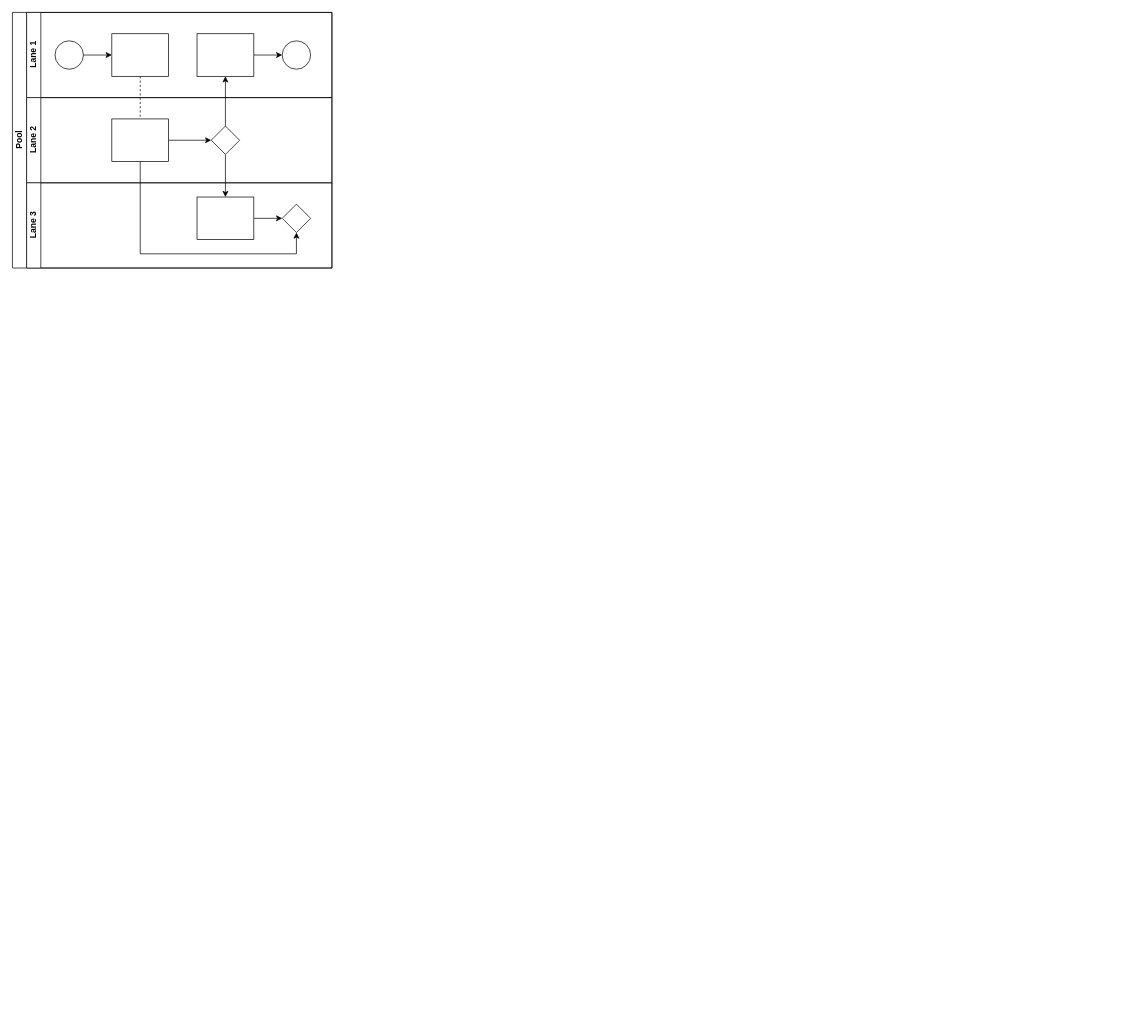
The draw.io diagram SDLDL.drawio in nhatthienntu98ntu/database, before the edit. Source tidied: cells renumbered, new cells numbered last; positions are measured from the earlier drawing's top-left corner, leaving out a move shared by most shapes. Both pictures are drawn from the tidied source at 71%, with x=0, y=0 at pixel (12, 12).
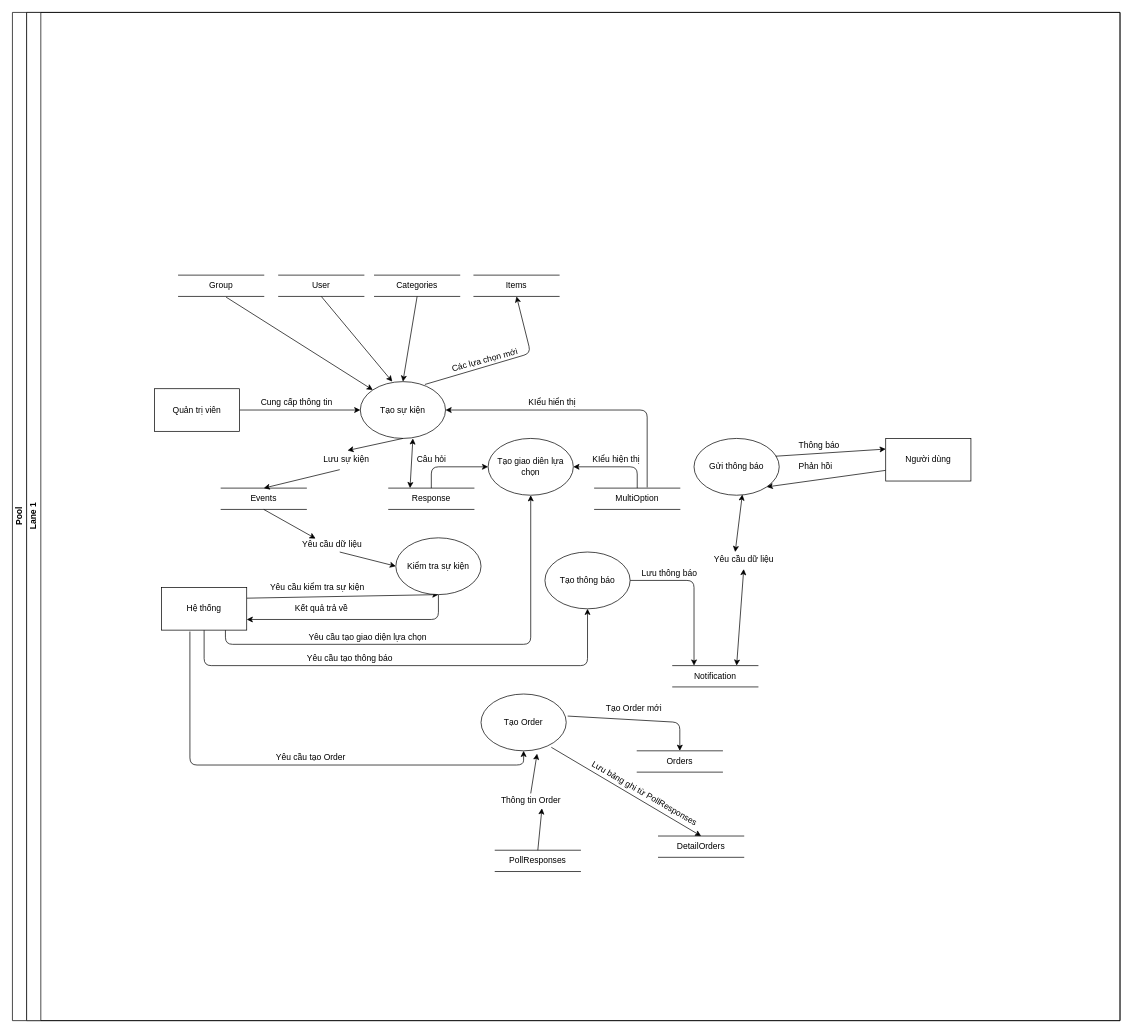
After the change.

What changed in the source:
```diff
@@
+    <mxCell id="22" value="KIểu hiện thị" style="text;html=1;align=center;verticalAlign=middle;" parent="1" vertex="1">
+      <mxGeometry x="810" y="620" width="80" height="20" as="geometry" />
+    </mxCell>
     <mxCell id="2" value="Pool" style="swimlane;html=1;horizontal=0;startSize=20;" parent="1" vertex="1">
-      <mxGeometry width="450" height="360" as="geometry" />
+      <mxGeometry width="1560" height="1420" as="geometry" />
     </mxCell>
-    <mxCell id="3" style="edgeStyle=orthogonalEdgeStyle;rounded=0;jettySize=auto;html=1;dashed=1;endArrow=none;endFill=0;" parent="2" edge="1" source="10" target="16">
-      <mxGeometry relative="1" as="geometry" />
-    </mxCell>
-    <mxCell id="4" style="edgeStyle=orthogonalEdgeStyle;rounded=0;jettySize=auto;html=1;endArrow=classic;endFill=1;" parent="2" edge="1" source="17" target="12">
-      <mxGeometry relative="1" as="geometry" />
-    </mxCell>
-    <mxCell id="5" style="edgeStyle=orthogonalEdgeStyle;rounded=0;jettySize=auto;html=1;endArrow=classic;endFill=1;" parent="2" edge="1" source="17" target="20">
-      <mxGeometry relative="1" as="geometry" />
-    </mxCell>
-    <mxCell id="6" style="edgeStyle=orthogonalEdgeStyle;rounded=0;jettySize=auto;html=1;endArrow=classic;endFill=1;" parent="2" edge="1" source="16" target="21">
-      <mxGeometry relative="1" as="geometry">
-        <Array as="points">
-          <mxPoint x="180" y="340" />
-          <mxPoint x="400" y="340" />
-        </Array>
-      </mxGeometry>
-    </mxCell>
     <mxCell id="7" value="Lane 1" style="swimlane;html=1;startSize=20;horizontal=0;" parent="2" vertex="1">
-      <mxGeometry x="20" width="430" height="120" as="geometry" />
+      <mxGeometry x="20" width="1540" height="1420" as="geometry" />
     </mxCell>
-    <mxCell id="8" style="edgeStyle=orthogonalEdgeStyle;rounded=0;jettySize=auto;html=1;" parent="7" edge="1" source="9" target="10">
-      <mxGeometry relative="1" as="geometry" />
-    </mxCell>
-    <mxCell id="9" style="ellipse;whiteSpace=wrap;html=1;" parent="7" vertex="1">
-      <mxGeometry x="40" y="40" width="40" height="40" as="geometry" />
-    </mxCell>
+    <mxCell id="23" value="Items" style="shape=partialRectangle;whiteSpace=wrap;html=1;left=0;right=0;fillColor=none;" parent="7" vertex="1">
+      <mxGeometry x="630" y="370" width="120" height="30" as="geometry" />
+    </mxCell>
+    <mxCell id="24" value="Group" style="shape=partialRectangle;whiteSpace=wrap;html=1;left=0;right=0;fillColor=none;" parent="7" vertex="1">
+      <mxGeometry x="214" y="370" width="120" height="30" as="geometry" />
+    </mxCell>
+    <mxCell id="25" value="User" style="shape=partialRectangle;whiteSpace=wrap;html=1;left=0;right=0;fillColor=none;" parent="7" vertex="1">
+      <mxGeometry x="355" y="370" width="120" height="30" as="geometry" />
+    </mxCell>
+    <mxCell id="26" style="endArrow=classic;html=1;exitX=1;exitY=0.5;exitDx=0;exitDy=0;entryX=0;entryY=0.5;entryDx=0;entryDy=0;" parent="7" edge="1" source="10" target="31">
+      <mxGeometry relative="1" as="geometry" />
+    </mxCell>
+    <mxCell id="27" style="endArrow=classic;html=1;exitX=0.388;exitY=1.2;exitDx=0;exitDy=0;entryX=0.5;entryY=0;entryDx=0;entryDy=0;exitPerimeter=0;" parent="7" edge="1" source="35" target="68">
+      <mxGeometry relative="1" as="geometry" />
+    </mxCell>
+    <mxCell id="28" value="Categories" style="shape=partialRectangle;whiteSpace=wrap;html=1;left=0;right=0;fillColor=none;" parent="7" vertex="1">
+      <mxGeometry x="490" y="370" width="120" height="30" as="geometry" />
+    </mxCell>
+    <mxCell id="29" value="Các lựa chọn mới" style="text;html=1;align=center;verticalAlign=middle;rotation=-15;" parent="7" vertex="1">
+      <mxGeometry x="590" y="480" width="110" height="20" as="geometry" />
+    </mxCell>
+    <mxCell id="30" value="Cung cấp thông tin" style="text;html=1;align=center;verticalAlign=middle;" parent="7" vertex="1">
+      <mxGeometry x="320" y="540" width="120" height="20" as="geometry" />
+    </mxCell>
-    <mxCell id="10" style="rounded=0;whiteSpace=wrap;html=1;fontFamily=Helvetica;fontSize=12;fontColor=#000000;align=center;" parent="7" vertex="1">
-      <mxGeometry x="120" y="30" width="80" height="60" as="geometry" />
+    <mxCell id="10" value="Quản trị viên" style="rounded=0;whiteSpace=wrap;html=1;fontFamily=Helvetica;fontSize=12;fontColor=#000000;align=center;" parent="7" vertex="1">
+      <mxGeometry x="180" y="530" width="120" height="60" as="geometry" />
     </mxCell>
-    <mxCell id="11" style="edgeStyle=orthogonalEdgeStyle;rounded=0;jettySize=auto;html=1;endArrow=classic;endFill=1;" parent="7" edge="1" source="12" target="13">
-      <mxGeometry relative="1" as="geometry" />
-    </mxCell>
-    <mxCell id="12" style="rounded=0;whiteSpace=wrap;html=1;fontFamily=Helvetica;fontSize=12;fontColor=#000000;align=center;" parent="7" vertex="1">
-      <mxGeometry x="240" y="30" width="80" height="60" as="geometry" />
-    </mxCell>
-    <mxCell id="13" style="ellipse;whiteSpace=wrap;html=1;" parent="7" vertex="1">
-      <mxGeometry x="360" y="40" width="40" height="40" as="geometry" />
-    </mxCell>
-    <mxCell id="14" value="Lane 2" style="swimlane;html=1;startSize=20;horizontal=0;" parent="2" vertex="1">
-      <mxGeometry x="20" y="120" width="430" height="120" as="geometry" />
-    </mxCell>
-    <mxCell id="15" style="edgeStyle=orthogonalEdgeStyle;rounded=0;jettySize=auto;html=1;endArrow=classic;endFill=1;" parent="14" edge="1" source="16" target="17">
-      <mxGeometry relative="1" as="geometry" />
-    </mxCell>
-    <mxCell id="16" style="rounded=0;whiteSpace=wrap;html=1;fontFamily=Helvetica;fontSize=12;fontColor=#000000;align=center;" parent="14" vertex="1">
-      <mxGeometry x="120" y="30" width="80" height="60" as="geometry" />
-    </mxCell>
-    <mxCell id="17" style="rhombus;whiteSpace=wrap;html=1;fontFamily=Helvetica;fontSize=12;fontColor=#000000;align=center;" parent="14" vertex="1">
-      <mxGeometry x="260" y="40" width="40" height="40" as="geometry" />
-    </mxCell>
-    <mxCell id="18" value="Lane 3" style="swimlane;html=1;startSize=20;horizontal=0;" parent="2" vertex="1">
-      <mxGeometry x="20" y="240" width="430" height="120" as="geometry" />
-    </mxCell>
-    <mxCell id="19" style="edgeStyle=orthogonalEdgeStyle;rounded=0;jettySize=auto;html=1;endArrow=classic;endFill=1;" parent="18" edge="1" source="20" target="21">
-      <mxGeometry relative="1" as="geometry" />
-    </mxCell>
-    <mxCell id="20" style="rounded=0;whiteSpace=wrap;html=1;fontFamily=Helvetica;fontSize=12;fontColor=#000000;align=center;" parent="18" vertex="1">
-      <mxGeometry x="240" y="20" width="80" height="60" as="geometry" />
-    </mxCell>
-    <mxCell id="21" style="rhombus;whiteSpace=wrap;html=1;fontFamily=Helvetica;fontSize=12;fontColor=#000000;align=center;" parent="18" vertex="1">
-      <mxGeometry x="360" y="30" width="40" height="40" as="geometry" />
-    </mxCell>
+    <mxCell id="31" value="Tạo sự kiện" style="ellipse;whiteSpace=wrap;html=1;" parent="7" vertex="1">
+      <mxGeometry x="470" y="520" width="120" height="80" as="geometry" />
+    </mxCell>
+    <mxCell id="32" value="Thông báo" style="text;html=1;align=center;verticalAlign=middle;" parent="7" vertex="1">
+      <mxGeometry x="1081" y="600" width="70" height="20" as="geometry" />
+    </mxCell>
+    <mxCell id="33" value="Câu hỏi" style="text;html=1;align=center;verticalAlign=middle;" parent="7" vertex="1">
+      <mxGeometry x="540" y="620" width="60" height="20" as="geometry" />
+    </mxCell>
+    <mxCell id="34" value="Tạo giao diên lựa chọn" style="ellipse;whiteSpace=wrap;html=1;" parent="7" vertex="1">
+      <mxGeometry x="650" y="600" width="120" height="80" as="geometry" />
+    </mxCell>
+    <mxCell id="35" value="Lưu sự kiện" style="text;html=1;align=center;verticalAlign=middle;points=[];" parent="7" vertex="1">
+      <mxGeometry x="410" y="620" width="80" height="20" as="geometry" />
+    </mxCell>
+    <mxCell id="36" value="Gửi thông báo" style="ellipse;whiteSpace=wrap;html=1;" parent="7" vertex="1">
+      <mxGeometry x="940" y="600" width="120" height="80" as="geometry" />
+    </mxCell>
+    <mxCell id="37" value="Phản hồi" style="text;html=1;align=center;verticalAlign=middle;" parent="7" vertex="1">
+      <mxGeometry x="1081" y="630" width="60" height="20" as="geometry" />
+    </mxCell>
+    <mxCell id="38" style="endArrow=classic;html=1;exitX=0.5;exitY=1;exitDx=0;exitDy=0;entryX=0.525;entryY=-0.15;entryDx=0;entryDy=0;entryPerimeter=0;" parent="7" edge="1" source="31" target="35">
+      <mxGeometry relative="1" as="geometry" />
+    </mxCell>
+    <mxCell id="39" style="endArrow=classic;html=1;entryX=0.27;entryY=0.05;entryDx=0;entryDy=0;entryPerimeter=0;exitX=0.5;exitY=1;exitDx=0;exitDy=0;" parent="7" edge="1" source="68" target="69">
+      <mxGeometry relative="1" as="geometry" />
+    </mxCell>
+    <mxCell id="40" style="endArrow=classic;html=1;exitX=0.61;exitY=1;exitDx=0;exitDy=0;entryX=0;entryY=0.5;entryDx=0;entryDy=0;exitPerimeter=0;" parent="7" edge="1" source="69" target="71">
+      <mxGeometry relative="1" as="geometry" />
+    </mxCell>
+    <mxCell id="41" style="endArrow=classic;html=1;exitX=1;exitY=0.5;exitDx=0;exitDy=0;entryX=0.25;entryY=0;entryDx=0;entryDy=0;" parent="7" edge="1" source="74" target="78">
+      <mxGeometry relative="1" as="geometry">
+        <Array as="points">
+          <mxPoint x="940" y="800" />
+        </Array>
+      </mxGeometry>
+    </mxCell>
+    <mxCell id="42" style="endArrow=classic;html=1;exitX=1;exitY=0.25;exitDx=0;exitDy=0;entryX=0.5;entryY=1;entryDx=0;entryDy=0;" parent="7" edge="1" source="75" target="71">
+      <mxGeometry relative="1" as="geometry" />
+    </mxCell>
+    <mxCell id="43" style="endArrow=classic;html=1;exitX=0.5;exitY=1;exitDx=0;exitDy=0;entryX=1;entryY=0.75;entryDx=0;entryDy=0;" parent="7" edge="1" source="71" target="75">
+      <mxGeometry relative="1" as="geometry">
+        <Array as="points">
+          <mxPoint x="580" y="855" />
+        </Array>
+      </mxGeometry>
+    </mxCell>
+    <mxCell id="44" style="endArrow=classic;html=1;entryX=0.5;entryY=1;entryDx=0;entryDy=0;exitX=0.5;exitY=1;exitDx=0;exitDy=0;" parent="7" edge="1" source="75" target="74">
+      <mxGeometry relative="1" as="geometry">
+        <Array as="points">
+          <mxPoint x="250" y="920" />
+          <mxPoint x="790" y="920" />
+        </Array>
+      </mxGeometry>
+    </mxCell>
+    <mxCell id="45" style="endArrow=classic;html=1;entryX=0;entryY=0.25;entryDx=0;entryDy=0;exitX=0.958;exitY=0.313;exitDx=0;exitDy=0;exitPerimeter=0;" parent="7" edge="1" source="36">
+      <mxGeometry relative="1" as="geometry">
+        <mxPoint x="1210" y="615" as="targetPoint" />
+      </mxGeometry>
+    </mxCell>
+    <mxCell id="46" style="endArrow=classic;html=1;entryX=1;entryY=1;entryDx=0;entryDy=0;exitX=0;exitY=0.75;exitDx=0;exitDy=0;" parent="7" edge="1" target="36">
+      <mxGeometry relative="1" as="geometry">
+        <mxPoint x="1210" y="645" as="sourcePoint" />
+      </mxGeometry>
+    </mxCell>
+    <mxCell id="47" style="endArrow=classic;html=1;exitX=0.75;exitY=1;exitDx=0;exitDy=0;entryX=0.5;entryY=1;entryDx=0;entryDy=0;" parent="7" edge="1" source="75" target="34">
+      <mxGeometry relative="1" as="geometry">
+        <Array as="points">
+          <mxPoint x="280" y="890" />
+          <mxPoint x="710" y="890" />
+        </Array>
+      </mxGeometry>
+    </mxCell>
+    <mxCell id="48" style="endArrow=classic;html=1;entryX=0;entryY=0.5;entryDx=0;entryDy=0;exitX=0.5;exitY=0;exitDx=0;exitDy=0;" parent="7" edge="1" source="81" target="34">
+      <mxGeometry relative="1" as="geometry">
+        <Array as="points">
+          <mxPoint x="570" y="640" />
+        </Array>
+      </mxGeometry>
+    </mxCell>
+    <mxCell id="49" style="endArrow=classic;html=1;entryX=1;entryY=0.5;entryDx=0;entryDy=0;exitX=0.5;exitY=0;exitDx=0;exitDy=0;" parent="7" edge="1" source="80" target="34">
+      <mxGeometry relative="1" as="geometry">
+        <Array as="points">
+          <mxPoint x="860" y="640" />
+        </Array>
+      </mxGeometry>
+    </mxCell>
+    <mxCell id="50" style="endArrow=classic;startArrow=classic;html=1;exitX=0.75;exitY=0;exitDx=0;exitDy=0;entryX=0.5;entryY=1.2;entryDx=0;entryDy=0;entryPerimeter=0;" parent="7" edge="1" source="78" target="70">
+      <mxGeometry relative="1" as="geometry" />
+    </mxCell>
+    <mxCell id="51" style="endArrow=classic;startArrow=classic;html=1;exitX=0.38;exitY=0;exitDx=0;exitDy=0;entryX=0.567;entryY=0.988;entryDx=0;entryDy=0;entryPerimeter=0;exitPerimeter=0;" parent="7" edge="1" source="70" target="36">
+      <mxGeometry relative="1" as="geometry" />
+    </mxCell>
+    <mxCell id="52" style="endArrow=classic;startArrow=classic;html=1;entryX=0.617;entryY=1;entryDx=0;entryDy=0;entryPerimeter=0;exitX=0.25;exitY=0;exitDx=0;exitDy=0;" parent="7" edge="1" source="81" target="31">
+      <mxGeometry relative="1" as="geometry" />
+    </mxCell>
+    <mxCell id="53" style="endArrow=classic;html=1;entryX=0.5;entryY=1;entryDx=0;entryDy=0;exitX=0.333;exitY=1.033;exitDx=0;exitDy=0;exitPerimeter=0;" parent="7" edge="1" source="75" target="66">
+      <mxGeometry relative="1" as="geometry">
+        <Array as="points">
+          <mxPoint x="230" y="1060" />
+          <mxPoint x="700" y="1060" />
+        </Array>
+      </mxGeometry>
+    </mxCell>
+    <mxCell id="54" style="endArrow=classic;html=1;exitX=0.5;exitY=0;exitDx=0;exitDy=0;entryX=0.658;entryY=1.05;entryDx=0;entryDy=0;entryPerimeter=0;" parent="7" edge="1" source="60" target="66">
+      <mxGeometry relative="1" as="geometry" />
+    </mxCell>
+    <mxCell id="55" style="endArrow=classic;html=1;exitX=0.5;exitY=0;exitDx=0;exitDy=0;entryX=0.658;entryY=1.05;entryDx=0;entryDy=0;entryPerimeter=0;" parent="7" edge="1" source="61" target="60">
+      <mxGeometry relative="1" as="geometry" />
+    </mxCell>
+    <mxCell id="56" style="endArrow=classic;html=1;exitX=1.017;exitY=0.388;exitDx=0;exitDy=0;exitPerimeter=0;entryX=0.5;entryY=0;entryDx=0;entryDy=0;" parent="7" edge="1" source="66" target="64">
+      <mxGeometry relative="1" as="geometry">
+        <Array as="points">
+          <mxPoint x="920" y="1000" />
+        </Array>
+      </mxGeometry>
+    </mxCell>
+    <mxCell id="57" style="endArrow=classic;html=1;exitX=0.825;exitY=0.938;exitDx=0;exitDy=0;exitPerimeter=0;entryX=0.5;entryY=0;entryDx=0;entryDy=0;" parent="7" edge="1" source="66" target="62">
+      <mxGeometry relative="1" as="geometry" />
+    </mxCell>
+    <mxCell id="58" style="endArrow=classic;html=1;exitX=0.5;exitY=1;exitDx=0;exitDy=0;entryX=0.5;entryY=0;entryDx=0;entryDy=0;" parent="7" edge="1" source="28" target="31">
+      <mxGeometry relative="1" as="geometry" />
+    </mxCell>
+    <mxCell id="59" value="Người dùng" style="rounded=0;whiteSpace=wrap;html=1;fontFamily=Helvetica;fontSize=12;fontColor=#000000;align=center;" parent="7" vertex="1">
+      <mxGeometry x="1210" y="600" width="120" height="60" as="geometry" />
+    </mxCell>
+    <mxCell id="60" value="Thông tin Order" style="text;html=1;align=center;verticalAlign=middle;points=[];" parent="7" vertex="1">
+      <mxGeometry x="660" y="1100" width="100" height="20" as="geometry" />
+    </mxCell>
+    <mxCell id="61" value="PollResponses" style="shape=partialRectangle;whiteSpace=wrap;html=1;left=0;right=0;fillColor=none;" parent="7" vertex="1">
+      <mxGeometry x="660" y="1180" width="120" height="30" as="geometry" />
+    </mxCell>
+    <mxCell id="62" value="DetailOrders" style="shape=partialRectangle;whiteSpace=wrap;html=1;left=0;right=0;fillColor=none;" parent="7" vertex="1">
+      <mxGeometry x="890" y="1160" width="120" height="30" as="geometry" />
+    </mxCell>
+    <mxCell id="63" value="Lưu bảng ghi từ PollResponses" style="text;html=1;align=center;verticalAlign=middle;rotation=30;" parent="7" vertex="1">
+      <mxGeometry x="780" y="1090" width="180" height="20" as="geometry" />
+    </mxCell>
+    <mxCell id="64" value="Orders" style="shape=partialRectangle;whiteSpace=wrap;html=1;left=0;right=0;fillColor=none;" parent="7" vertex="1">
+      <mxGeometry x="860" y="1040" width="120" height="30" as="geometry" />
+    </mxCell>
+    <mxCell id="65" value="Yêu cầu tạo Order" style="text;html=1;align=center;verticalAlign=middle;" parent="7" vertex="1">
+      <mxGeometry x="345" y="1040" width="110" height="20" as="geometry" />
+    </mxCell>
+    <mxCell id="66" value="Tạo Order" style="ellipse;whiteSpace=wrap;html=1;" parent="7" vertex="1">
+      <mxGeometry x="640" y="960" width="120" height="80" as="geometry" />
+    </mxCell>
+    <mxCell id="67" value="Tạo Order mới" style="text;html=1;align=center;verticalAlign=middle;" parent="7" vertex="1">
+      <mxGeometry x="810" y="970" width="90" height="20" as="geometry" />
+    </mxCell>
+    <mxCell id="68" value="Events" style="shape=partialRectangle;whiteSpace=wrap;html=1;left=0;right=0;fillColor=none;" parent="7" vertex="1">
+      <mxGeometry x="274" y="670" width="120" height="30" as="geometry" />
+    </mxCell>
+    <mxCell id="69" value="Yêu cầu dữ liệu" style="text;html=1;align=center;verticalAlign=middle;points=[];" parent="7" vertex="1">
+      <mxGeometry x="380" y="740" width="100" height="20" as="geometry" />
+    </mxCell>
+    <mxCell id="70" value="Yêu cầu dữ liệu" style="text;html=1;align=center;verticalAlign=middle;points=[];" parent="7" vertex="1">
+      <mxGeometry x="960" y="760" width="100" height="20" as="geometry" />
+    </mxCell>
+    <mxCell id="71" value="Kiểm tra sự kiện" style="ellipse;whiteSpace=wrap;html=1;" parent="7" vertex="1">
+      <mxGeometry x="520" y="740" width="120" height="80" as="geometry" />
+    </mxCell>
+    <mxCell id="72" value="Lưu thông báo" style="text;html=1;align=center;verticalAlign=middle;" parent="7" vertex="1">
+      <mxGeometry x="860" y="780" width="90" height="20" as="geometry" />
+    </mxCell>
+    <mxCell id="73" value="Yêu cầu kiểm tra sự kiện" style="text;html=1;align=center;verticalAlign=middle;" parent="7" vertex="1">
+      <mxGeometry x="334" y="800" width="150" height="20" as="geometry" />
+    </mxCell>
+    <mxCell id="74" value="Tạo thông báo" style="ellipse;whiteSpace=wrap;html=1;" parent="7" vertex="1">
+      <mxGeometry x="730" y="760" width="120" height="80" as="geometry" />
+    </mxCell>
+    <mxCell id="75" value="Hệ thống" style="rounded=0;whiteSpace=wrap;html=1;fontFamily=Helvetica;fontSize=12;fontColor=#000000;align=center;" parent="7" vertex="1">
+      <mxGeometry x="190" y="810" width="120" height="60" as="geometry" />
+    </mxCell>
+    <mxCell id="76" value="Kết quả trả về" style="text;html=1;align=center;verticalAlign=middle;" parent="7" vertex="1">
+      <mxGeometry x="370" y="830" width="90" height="20" as="geometry" />
+    </mxCell>
+    <mxCell id="77" value="Yêu cầu tạo thông báo" style="text;html=1;align=center;verticalAlign=middle;" parent="7" vertex="1">
+      <mxGeometry x="385" y="900" width="140" height="20" as="geometry" />
+    </mxCell>
+    <mxCell id="78" value="Notification" style="shape=partialRectangle;whiteSpace=wrap;html=1;left=0;right=0;fillColor=none;" parent="7" vertex="1">
+      <mxGeometry x="910" y="920" width="120" height="30" as="geometry" />
+    </mxCell>
+    <mxCell id="79" value="Yêu cầu tạo giao diện lựa chọn" style="text;html=1;align=center;verticalAlign=middle;" parent="7" vertex="1">
+      <mxGeometry x="390" y="870" width="180" height="20" as="geometry" />
+    </mxCell>
+    <mxCell id="80" value="MultiOption" style="shape=partialRectangle;whiteSpace=wrap;html=1;left=0;right=0;fillColor=none;" parent="7" vertex="1">
+      <mxGeometry x="800" y="670" width="120" height="30" as="geometry" />
+    </mxCell>
+    <mxCell id="81" value="Response" style="shape=partialRectangle;whiteSpace=wrap;html=1;left=0;right=0;fillColor=none;" parent="7" vertex="1">
+      <mxGeometry x="510" y="670" width="120" height="30" as="geometry" />
+    </mxCell>
+    <mxCell id="82" style="endArrow=classic;html=1;entryX=0.375;entryY=0;entryDx=0;entryDy=0;entryPerimeter=0;exitX=0.5;exitY=1;exitDx=0;exitDy=0;" parent="7" edge="1" source="25" target="31">
+      <mxGeometry relative="1" as="geometry" />
+    </mxCell>
+    <mxCell id="83" style="endArrow=classic;html=1;entryX=0;entryY=0;entryDx=0;entryDy=0;exitX=0.558;exitY=1.033;exitDx=0;exitDy=0;exitPerimeter=0;" parent="7" edge="1" source="24" target="31">
+      <mxGeometry relative="1" as="geometry" />
+    </mxCell>
+    <mxCell id="84" style="endArrow=classic;html=1;entryX=1;entryY=0.5;entryDx=0;entryDy=0;" parent="7" edge="1" target="31">
+      <mxGeometry relative="1" as="geometry">
+        <mxPoint x="874" y="669" as="sourcePoint" />
+        <Array as="points">
+          <mxPoint x="874" y="560" />
+        </Array>
+      </mxGeometry>
+    </mxCell>
+    <mxCell id="85" style="endArrow=classic;html=1;entryX=0.5;entryY=1;entryDx=0;entryDy=0;exitX=0.758;exitY=0.05;exitDx=0;exitDy=0;exitPerimeter=0;" parent="7" edge="1" source="31" target="23">
+      <mxGeometry relative="1" as="geometry">
+        <Array as="points">
+          <mxPoint x="710" y="480" />
+        </Array>
+      </mxGeometry>
+    </mxCell>
+    <mxCell id="86" value="KIểu hiển thị" style="text;html=1;align=center;verticalAlign=middle;" parent="1" vertex="1">
+      <mxGeometry x="720" y="540" width="80" height="20" as="geometry" />
+    </mxCell>
```
